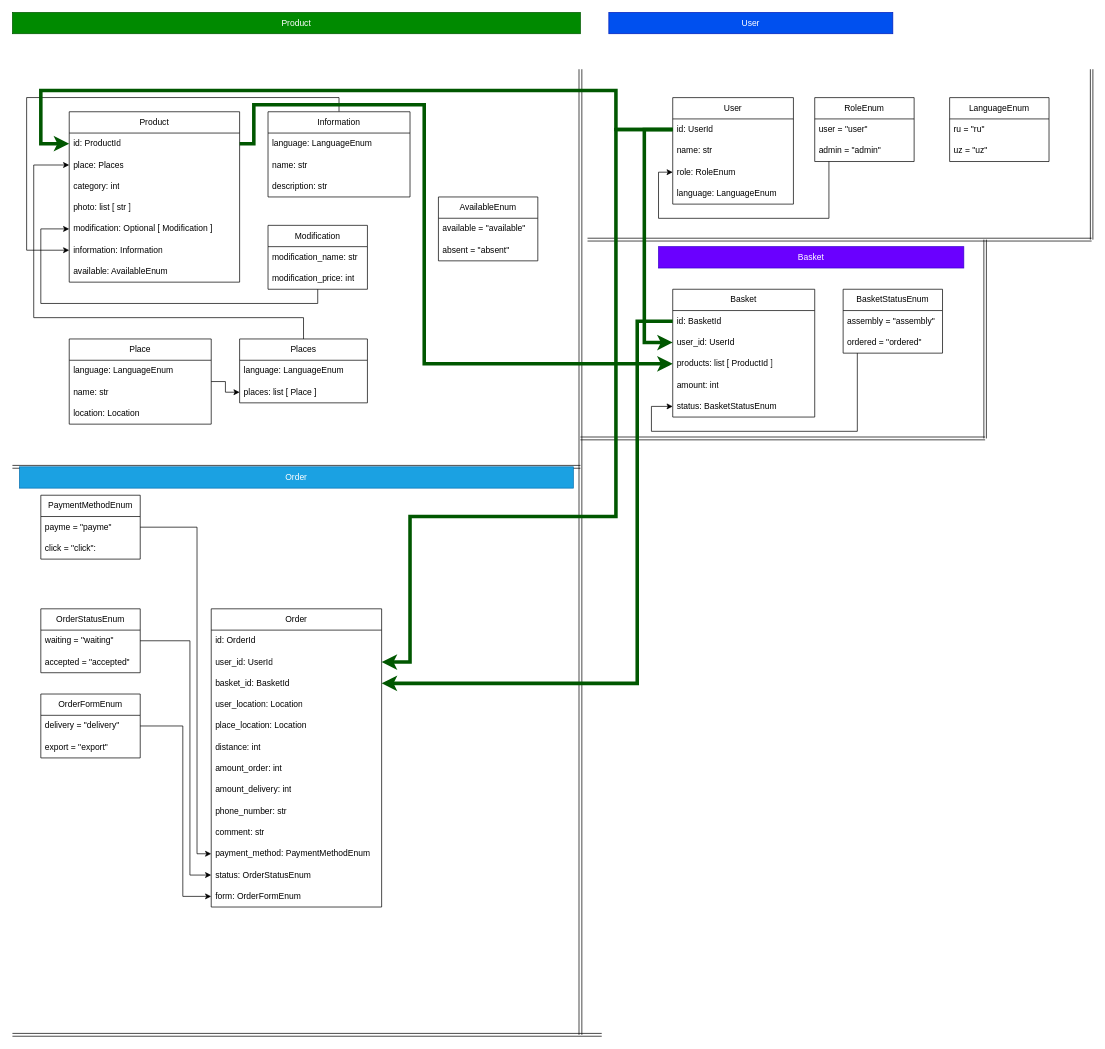
Before: page "Страница 1" (1 of 3) of Delivery bot.drawio in KmvRoman/Diagrams, a draw.io diagram. Source tidied: cells renumbered, new cells numbered last; positions are measured from the earlier drawing's top-left corner, leaving out a move shared by most shapes. Both pictures are drawn from the tidied source at 71%, with x=0, y=0 at pixel (12, 12).
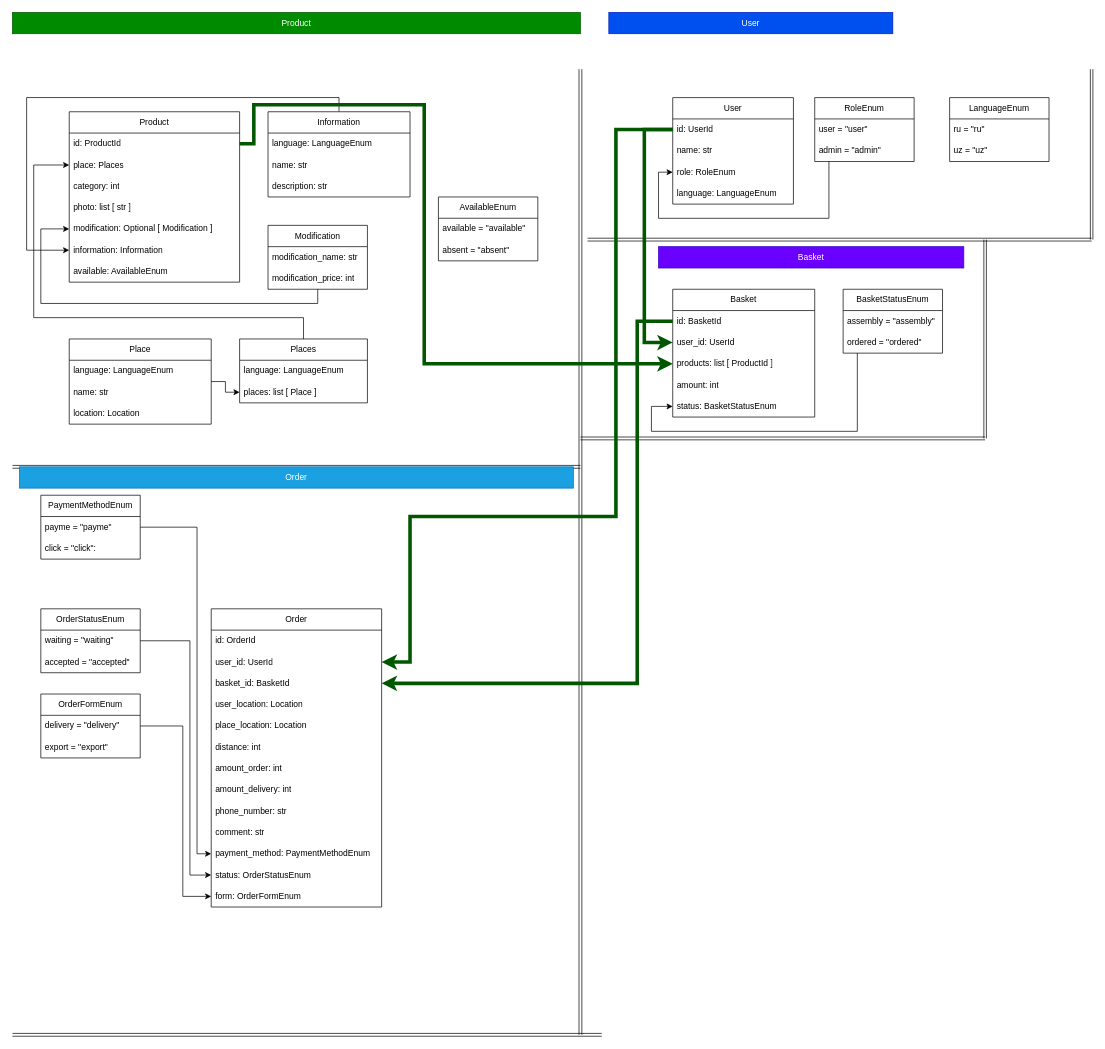
After the change.

The change refers to these unchanged cells:
```xml
<mxCell id="3" value="id: ProductId" style="text;strokeColor=none;fillColor=none;align=left;verticalAlign=middle;spacingLeft=4;spacingRight=4;overflow=hidden;points=[[0,0.5],[1,0.5]];portConstraint=eastwest;whiteSpace=wrap;html=1;" parent="2" vertex="1">
  <mxGeometry y="30" width="240" height="30" as="geometry" />
</mxCell>
<mxCell id="36" value="id: UserId" style="text;strokeColor=none;fillColor=none;align=left;verticalAlign=middle;spacingLeft=4;spacingRight=4;overflow=hidden;points=[[0,0.5],[1,0.5]];portConstraint=eastwest;whiteSpace=wrap;html=1;" parent="35" vertex="1">
  <mxGeometry y="30" width="170" height="30" as="geometry" />
</mxCell>
```

Diff of the diagram source:
```diff
@@
-    <mxCell id="91" style="edgeStyle=orthogonalEdgeStyle;rounded=0;jettySize=auto;html=1;entryX=0;entryY=0.5;entryDx=0;entryDy=0;exitX=0;exitY=0.5;exitDx=0;exitDy=0;fillColor=#008a00;strokeColor=#005700;strokeWidth=5;" parent="1" edge="1" source="36" target="3">
-      <mxGeometry relative="1" as="geometry">
-        <Array as="points">
-          <mxPoint x="850" y="165" />
-          <mxPoint x="850" y="110" />
-          <mxPoint x="40" y="110" />
-          <mxPoint x="40" y="185" />
-        </Array>
-      </mxGeometry>
-    </mxCell>
```
